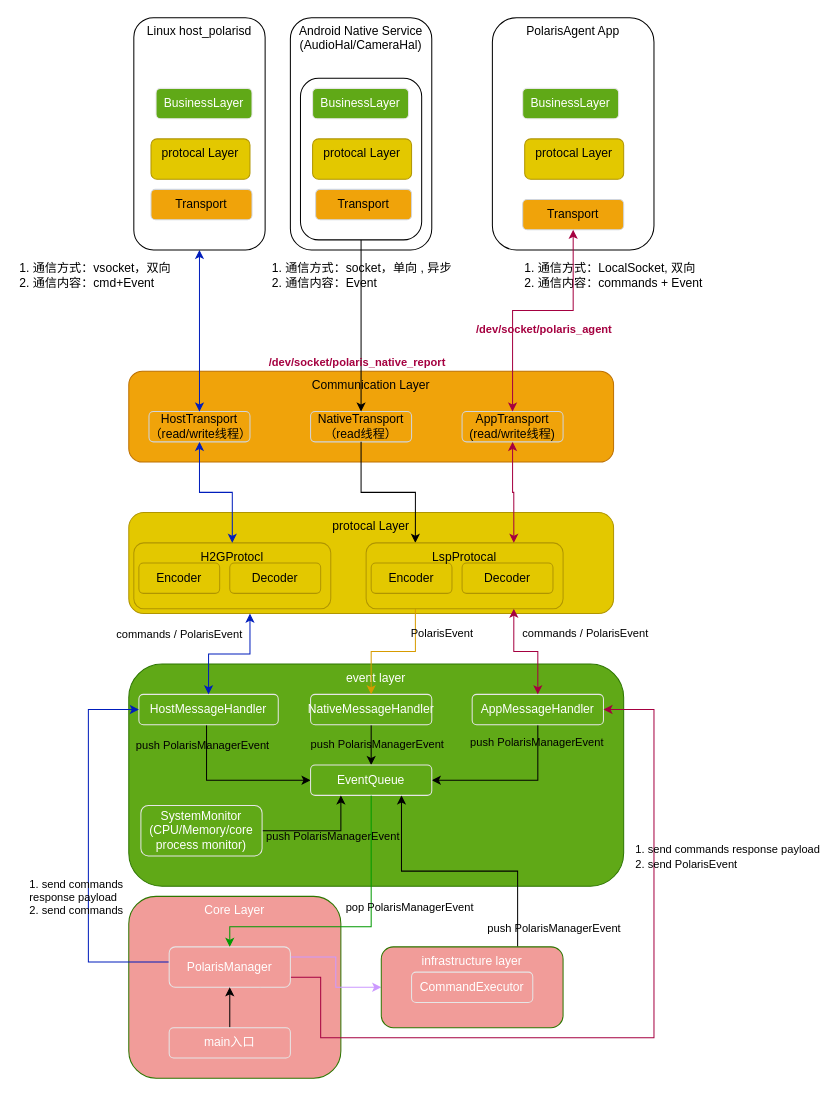
Above: page "第 3 页" (3 of 4) of assets/drawio/sw-architecture-all-in-one.drawio in Ethen-Cao/ethenslab (draw.io), before the change. Source tidied: cells renumbered, new cells numbered last; positions are measured from the earlier drawing's top-left corner, leaving out a move shared by most shapes. Both pictures are drawn from the tidied source at 101%, with x=0, y=0 at pixel (17, 17).
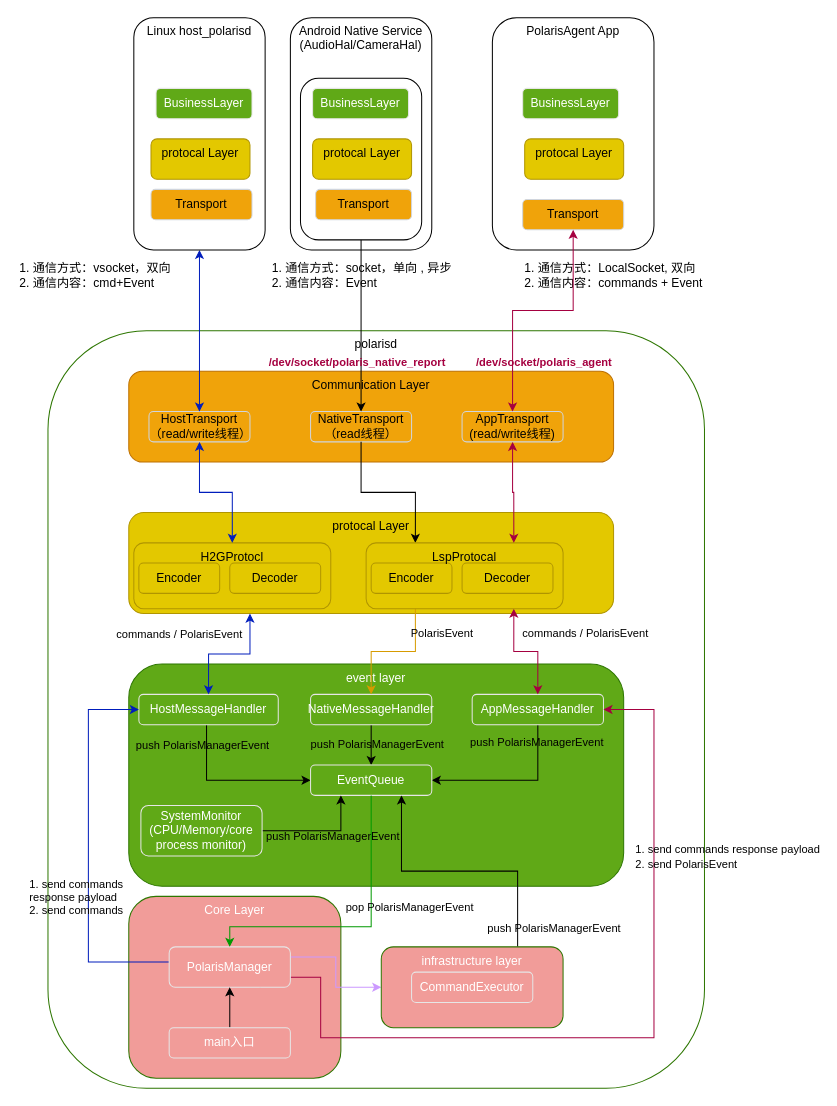
Above is the later version.

Unchanged cells that the change refers to:
```xml
<mxCell id="49" style="edgeStyle=orthogonalEdgeStyle;rounded=0;jettySize=auto;html=1;startArrow=classic;startFill=1;fillColor=#d80073;strokeColor=#A50040;exitX=0.5;exitY=1;exitDx=0;exitDy=0;" parent="1" edge="1" source="48" target="4">
  <mxGeometry relative="1" as="geometry">
    <Array as="points">
      <mxPoint x="550" y="290" />
      <mxPoint x="490" y="290" />
    </Array>
  </mxGeometry>
</mxCell>
```

The edit, as a diff of the source:
```diff
@@
+    <mxCell id="72" value="polarisd" style="rounded=1;whiteSpace=wrap;html=1;verticalAlign=top;fillColor=none;fontColor=#000000;strokeColor=#2D7600;" parent="1" vertex="1">
+      <mxGeometry x="30" y="310" width="650" height="750" as="geometry" />
+    </mxCell>
@@
     <mxCell id="50" value="/dev/socket/polaris_agent" style="edgeLabel;html=1;align=center;verticalAlign=middle;labelBackgroundColor=none;fontColor=#A50040;fontStyle=1;" parent="49" vertex="1">
       <mxGeometry x="0.2" y="1" relative="1" as="geometry">
-        <mxPoint x="29" y="14" as="offset" />
+        <mxPoint x="29" y="46" as="offset" />
       </mxGeometry>
     </mxCell>
```
